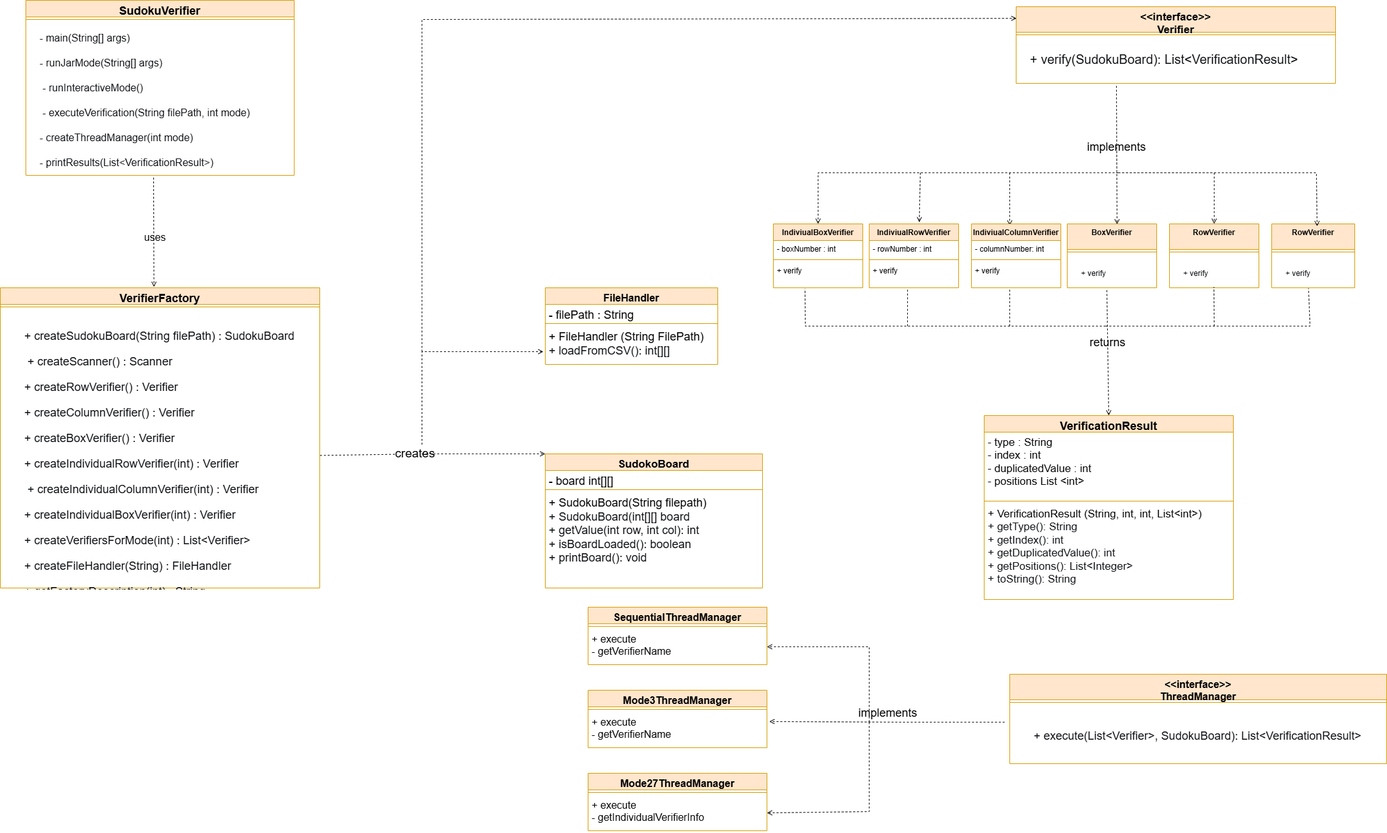
This is Diagrams/SudokuClassDiagram.drawio.png from hagermaged/Lab9_SudokuSolutionVerifier, a draw.io export, as it was before one commit. Source tidied: cells renumbered, new cells last; positions are measured from the earlier drawing's top-left corner, leaving out a move shared by most shapes.
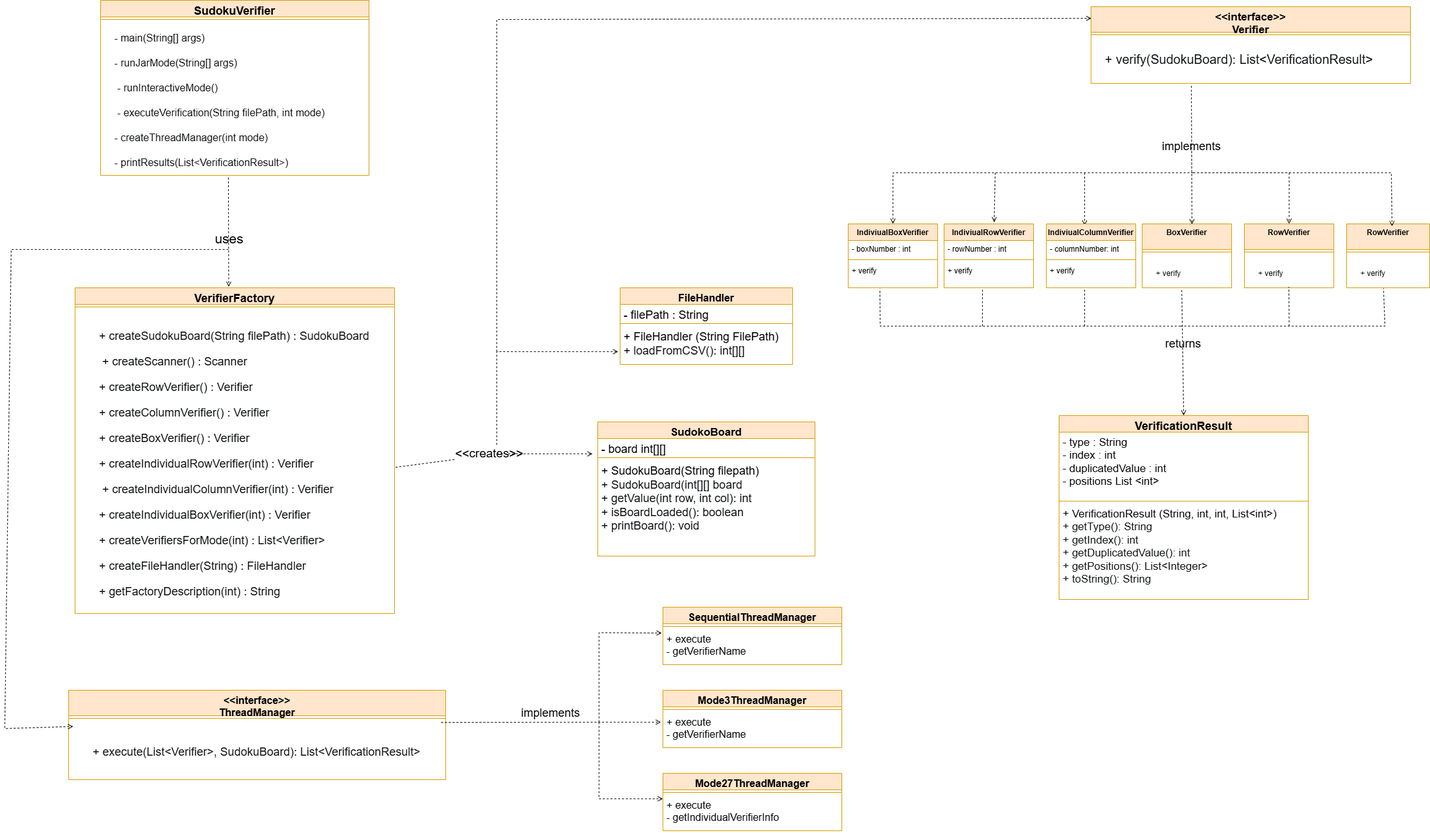
Above is the later version.

Commit message:
class diagram edited

What changed in the source:
```diff
@@ -12,16 +12,16 @@
       <mxGeometry y="34" width="420" height="240" as="geometry" />
     </mxCell>
     <mxCell id="5" value="&lt;font style=&quot;font-size: 18px;&quot;&gt;VerifierFactory&lt;/font&gt;" style="swimlane;fontStyle=1;align=center;verticalAlign=top;horizontal=1;startSize=26;whiteSpace=wrap;html=1;fillColor=#ffe6cc;strokeColor=#d79b00;" parent="1" vertex="1">
-      <mxGeometry y="450" width="500" height="470" as="geometry" />
+      <mxGeometry y="450" width="500" height="510" as="geometry" />
     </mxCell>
     <mxCell id="6" style="line;strokeWidth=1;fillColor=none;align=left;verticalAlign=middle;spacingTop=-1;spacingLeft=3;spacingRight=3;labelPosition=right;strokeColor=inherit;" parent="5" vertex="1">
       <mxGeometry y="26" width="500" height="8" as="geometry" />
     </mxCell>
     <mxCell id="7" value="&lt;div style=&quot;line-height: 50%;&quot;&gt;&lt;pre style=&quot;font-family: var(--ds-font-family-code); overflow: auto; text-wrap-mode: wrap; word-break: break-all; padding: 16px; color: rgb(15, 17, 21); margin-top: 0px !important; margin-bottom: 0px !important;&quot;&gt;&lt;pre style=&quot;font-family: var(--ds-font-family-code); overflow: auto; text-wrap-mode: wrap; word-break: break-all; padding: 16px; margin-top: 0px !important; margin-bottom: 0px !important;&quot;&gt;&lt;font style=&quot;font-size: 18px;&quot;&gt;+ createSudokuBoard(String filePath) : SudokuBoard&lt;/font&gt;&lt;/pre&gt;&lt;pre style=&quot;font-family: var(--ds-font-family-code); overflow: auto; text-wrap-mode: wrap; word-break: break-all; padding: 16px; margin-top: 0px !important; margin-bottom: 0px !important;&quot;&gt;&lt;font style=&quot;font-size: 18px;&quot;&gt; + createScanner() : Scanner&lt;/font&gt;&lt;/pre&gt;&lt;pre style=&quot;font-family: var(--ds-font-family-code); overflow: auto; text-wrap-mode: wrap; word-break: break-all; padding: 16px; margin-top: 0px !important; margin-bottom: 0px !important;&quot;&gt;&lt;font style=&quot;font-size: 18px;&quot;&gt;+ createRowVerifier() : Verifier&lt;/font&gt;&lt;/pre&gt;&lt;pre style=&quot;font-family: var(--ds-font-family-code); overflow: auto; text-wrap-mode: wrap; word-break: break-all; padding: 16px; margin-top: 0px !important; margin-bottom: 0px !important;&quot;&gt;&lt;font style=&quot;font-size: 18px;&quot;&gt;+ createColumnVerifier() : Verifier&lt;/font&gt;&lt;/pre&gt;&lt;pre style=&quot;font-family: var(--ds-font-family-code); overflow: auto; text-wrap-mode: wrap; word-break: break-all; padding: 16px; margin-top: 0px !important; margin-bottom: 0px !important;&quot;&gt;&lt;font style=&quot;font-size: 18px;&quot;&gt;+ createBoxVerifier() : Verifier&lt;/font&gt;&lt;/pre&gt;&lt;pre style=&quot;font-family: var(--ds-font-family-code); overflow: auto; text-wrap-mode: wrap; word-break: break-all; padding: 16px; margin-top: 0px !important; margin-bottom: 0px !important;&quot;&gt;&lt;font style=&quot;font-size: 18px;&quot;&gt;+ createIndividualRowVerifier(int) : Verifier&lt;/font&gt;&lt;/pre&gt;&lt;pre style=&quot;font-family: var(--ds-font-family-code); overflow: auto; text-wrap-mode: wrap; word-break: break-all; padding: 16px; margin-top: 0px !important; margin-bottom: 0px !important;&quot;&gt;&lt;font style=&quot;font-size: 18px;&quot;&gt; + createIndividualColumnVerifier(int) : Verifier&lt;/font&gt;&lt;/pre&gt;&lt;pre style=&quot;font-family: var(--ds-font-family-code); overflow: auto; text-wrap-mode: wrap; word-break: break-all; padding: 16px; margin-top: 0px !important; margin-bottom: 0px !important;&quot;&gt;&lt;font style=&quot;font-size: 18px;&quot;&gt;+ createIndividualBoxVerifier(int) : Verifier&lt;/font&gt;&lt;/pre&gt;&lt;pre style=&quot;font-family: var(--ds-font-family-code); overflow: auto; text-wrap-mode: wrap; word-break: break-all; padding: 16px; margin-top: 0px !important; margin-bottom: 0px !important;&quot;&gt;&lt;font style=&quot;font-size: 18px;&quot;&gt;+ createVerifiersForMode(int) : List&amp;lt;Verifier&amp;gt;&lt;/font&gt;&lt;/pre&gt;&lt;pre style=&quot;font-family: var(--ds-font-family-code); overflow: auto; text-wrap-mode: wrap; word-break: break-all; padding: 16px; margin-top: 0px !important; margin-bottom: 0px !important;&quot;&gt;&lt;font style=&quot;font-size: 18px;&quot;&gt;+ createFileHandler(String) : FileHandler&lt;/font&gt;&lt;/pre&gt;&lt;pre style=&quot;font-family: var(--ds-font-family-code); overflow: auto; text-wrap-mode: wrap; word-break: break-all; padding: 16px; margin-top: 0px !important; margin-bottom: 0px !important;&quot;&gt;&lt;font style=&quot;font-size: 18px;&quot;&gt;+ getFactoryDescription(int) : String&lt;/font&gt;&lt;/pre&gt;&lt;/pre&gt;&lt;/div&gt;" style="text;strokeColor=none;fillColor=none;align=left;verticalAlign=top;spacingLeft=4;spacingRight=4;overflow=hidden;points=[[0,0.5],[1,0.5]];portConstraint=eastwest;whiteSpace=wrap;html=1;" parent="5" vertex="1">
-      <mxGeometry y="34" width="500" height="436" as="geometry" />
+      <mxGeometry y="34" width="500" height="476" as="geometry" />
     </mxCell>
     <mxCell id="8" value="&lt;div&gt;&lt;font style=&quot;font-size: 17px;&quot;&gt;SudokoBoard&lt;/font&gt;&lt;/div&gt;" style="swimlane;fontStyle=1;align=center;verticalAlign=top;horizontal=1;startSize=26;whiteSpace=wrap;html=1;fillColor=#ffe6cc;strokeColor=#d79b00;" parent="1" vertex="1">
-      <mxGeometry x="853" y="710" width="340" height="210" as="geometry" />
+      <mxGeometry x="818" y="660" width="340" height="210" as="geometry" />
     </mxCell>
     <mxCell id="9" value="&lt;font style=&quot;font-size: 18px;&quot;&gt;- board int[][]&lt;/font&gt;" style="text;strokeColor=none;fillColor=none;align=left;verticalAlign=top;spacingLeft=4;spacingRight=4;overflow=hidden;whiteSpace=wrap;html=1;" parent="8" vertex="1">
       <mxGeometry y="26" width="340" height="26" as="geometry" />
@@ -56,7 +56,7 @@
     <mxCell id="19" style="endArrow=open;html=1;rounded=0;align=center;verticalAlign=bottom;dashed=1;endFill=0;labelBackgroundColor=none;exitX=0.476;exitY=1.015;exitDx=0;exitDy=0;exitPerimeter=0;entryX=0.481;entryY=-0.003;entryDx=0;entryDy=0;entryPerimeter=0;" parent="1" edge="1" source="4" target="5">
       <mxGeometry relative="1" as="geometry" />
     </mxCell>
-    <mxCell id="20" value="&lt;font style=&quot;font-size: 16px;&quot;&gt;uses&lt;/font&gt;" style="html=1;align=center;verticalAlign=top;labelBackgroundColor=none;" parent="19" vertex="1">
+    <mxCell id="20" value="&lt;font style=&quot;font-size: 21px;&quot;&gt;uses&lt;/font&gt;" style="html=1;align=center;verticalAlign=top;labelBackgroundColor=none;" parent="19" vertex="1">
       <mxGeometry relative="1" as="geometry">
         <mxPoint y="-9" as="offset" />
       </mxGeometry>
@@ -237,7 +237,7 @@
         <mxPoint x="1420" y="510" as="sourcePoint" />
       </mxGeometry>
     </mxCell>
-    <mxCell id="65" style="endArrow=open;html=1;rounded=0;align=center;verticalAlign=bottom;dashed=1;endFill=0;labelBackgroundColor=none;exitX=1.001;exitY=0.524;exitDx=0;exitDy=0;exitPerimeter=0;" parent="1" edge="1" source="7">
+    <mxCell id="65" style="endArrow=open;html=1;rounded=0;align=center;verticalAlign=bottom;dashed=1;endFill=0;labelBackgroundColor=none;exitX=1.003;exitY=0.519;exitDx=0;exitDy=0;exitPerimeter=0;" parent="1" edge="1" source="7">
       <mxGeometry relative="1" as="geometry">
         <mxPoint x="850" y="550" as="targetPoint" />
         <Array as="points">
@@ -249,12 +249,13 @@
     <mxCell id="66" style="html=1;align=center;verticalAlign=top;labelBackgroundColor=none;" parent="65" vertex="1">
       <mxGeometry relative="1" as="geometry" />
     </mxCell>
-    <mxCell id="67" value="&lt;font style=&quot;font-size: 19px;&quot;&gt;creates&lt;/font&gt;" style="edgeLabel;html=1;align=center;verticalAlign=middle;" parent="65" vertex="1">
+    <mxCell id="67" value="&lt;font style=&quot;font-size: 19px;&quot;&gt;&amp;lt;&amp;lt;creates&amp;gt;&amp;gt;&lt;/font&gt;" style="edgeLabel;html=1;align=center;verticalAlign=middle;" parent="65" vertex="1">
       <mxGeometry x="-0.42" y="2" relative="1" as="geometry" />
     </mxCell>
-    <mxCell id="68" style="endArrow=open;html=1;rounded=0;align=center;verticalAlign=bottom;dashed=1;endFill=0;labelBackgroundColor=none;entryX=0;entryY=0;entryDx=0;entryDy=0;" parent="1" edge="1" target="8">
+    <mxCell id="68" style="endArrow=open;html=1;rounded=0;align=center;verticalAlign=bottom;dashed=1;endFill=0;labelBackgroundColor=none;" parent="1" edge="1">
       <mxGeometry relative="1" as="geometry">
         <mxPoint x="660" y="710" as="sourcePoint" />
+        <mxPoint x="810" y="710" as="targetPoint" />
       </mxGeometry>
     </mxCell>
     <mxCell id="69" style="html=1;align=center;verticalAlign=top;labelBackgroundColor=none;" parent="68" vertex="1">
@@ -272,7 +273,7 @@
       <mxGeometry relative="1" as="geometry" />
     </mxCell>
     <mxCell id="72" value="&lt;div&gt;&lt;font style=&quot;font-size: 16px;&quot;&gt;&amp;lt;&amp;lt;interface&amp;gt;&amp;gt;&lt;/font&gt;&lt;/div&gt;&lt;div&gt;&lt;font style=&quot;font-size: 16px;&quot;&gt;ThreadManager&lt;/font&gt;&lt;/div&gt;" style="swimlane;fontStyle=1;align=center;verticalAlign=top;horizontal=1;startSize=40;whiteSpace=wrap;html=1;fillColor=#ffe6cc;strokeColor=#d79b00;" parent="1" vertex="1">
-      <mxGeometry x="1580" y="1055" width="590" height="140" as="geometry" />
+      <mxGeometry x="-10" y="1080" width="590" height="140" as="geometry" />
     </mxCell>
     <mxCell id="73" style="line;strokeWidth=1;fillColor=none;align=left;verticalAlign=middle;spacingTop=-1;spacingLeft=3;spacingRight=3;labelPosition=right;strokeColor=inherit;" parent="72" vertex="1">
       <mxGeometry y="40" width="590" height="8" as="geometry" />
@@ -280,17 +281,6 @@
     <mxCell id="74" value="&lt;pre style=&quot;font-family: var(--ds-font-family-code); overflow: auto; text-wrap-mode: wrap; word-break: break-all; padding: 16px; color: rgb(15, 17, 21); margin-top: 0px !important; margin-bottom: 0px !important;&quot;&gt;&lt;pre style=&quot;font-family: var(--ds-font-family-code); overflow: auto; text-wrap-mode: wrap; word-break: break-all; padding: 16px; margin-top: 0px !important; margin-bottom: 0px !important;&quot;&gt;&lt;font style=&quot;font-size: 18px;&quot;&gt;+ execute(List&amp;lt;Verifier&amp;gt;, SudokuBoard): List&amp;lt;VerificationResult&amp;gt;&lt;/font&gt;&lt;/pre&gt;&lt;/pre&gt;" style="text;strokeColor=none;fillColor=none;align=left;verticalAlign=top;spacingLeft=4;spacingRight=4;overflow=hidden;points=[[0,0.5],[1,0.5]];portConstraint=eastwest;whiteSpace=wrap;html=1;" parent="72" vertex="1">
       <mxGeometry y="48" width="590" height="92" as="geometry" />
     </mxCell>
-    <mxCell id="75" value="&lt;font style=&quot;font-size: 18px;&quot;&gt;&lt;br&gt;&lt;/font&gt;&lt;div&gt;&lt;font style=&quot;font-size: 18px;&quot;&gt;implements&lt;/font&gt;&lt;/div&gt;" style="endArrow=open;html=1;rounded=0;align=center;verticalAlign=bottom;dashed=1;endFill=0;labelBackgroundColor=none;entryX=1.013;entryY=0.268;entryDx=0;entryDy=0;entryPerimeter=0;" parent="1" edge="1" target="82">
-      <mxGeometry relative="1" as="geometry">
-        <mxPoint x="1572" y="1130" as="sourcePoint" />
-        <Array as="points">
-          <mxPoint x="1410" y="1130" />
-        </Array>
-      </mxGeometry>
-    </mxCell>
-    <mxCell id="76" style="html=1;align=center;verticalAlign=top;labelBackgroundColor=none;" parent="75" vertex="1">
-      <mxGeometry relative="1" as="geometry" />
-    </mxCell>
     <mxCell id="77" value="&lt;font style=&quot;font-size: 16px;&quot;&gt;SequentialThreadManager&lt;/font&gt;" style="swimlane;fontStyle=1;align=center;verticalAlign=top;horizontal=1;startSize=26;whiteSpace=wrap;html=1;fillColor=#ffe6cc;strokeColor=#d79b00;" parent="1" vertex="1">
       <mxGeometry x="920" y="950" width="280" height="90" as="geometry" />
     </mxCell>
@@ -318,27 +308,50 @@
     <mxCell id="85" value="&lt;font style=&quot;font-size: 16px;&quot;&gt;+ &lt;font style=&quot;&quot;&gt;execute&lt;/font&gt;&lt;/font&gt;&lt;div&gt;&lt;font style=&quot;font-size: 16px;&quot;&gt;-&amp;nbsp;&lt;font style=&quot;&quot;&gt;getIndividualVerifierInfo&lt;/font&gt;&lt;/font&gt;&lt;/div&gt;" style="text;strokeColor=none;fillColor=none;align=left;verticalAlign=top;spacingLeft=4;spacingRight=4;overflow=hidden;points=[[0,0.5],[1,0.5]];portConstraint=eastwest;whiteSpace=wrap;html=1;" parent="83" vertex="1">
       <mxGeometry y="34" width="280" height="56" as="geometry" />
     </mxCell>
-    <mxCell id="86" style="endArrow=open;html=1;rounded=0;align=center;verticalAlign=bottom;dashed=1;endFill=0;labelBackgroundColor=none;entryX=1;entryY=0.5;entryDx=0;entryDy=0;" parent="1" edge="1" target="79">
-      <mxGeometry relative="1" as="geometry">
-        <mxPoint x="1360" y="1130" as="sourcePoint" />
-        <Array as="points">
-          <mxPoint x="1360" y="1012" />
-        </Array>
-      </mxGeometry>
-    </mxCell>
-    <mxCell id="87" style="html=1;align=center;verticalAlign=top;labelBackgroundColor=none;" parent="86" vertex="1">
-      <mxGeometry relative="1" as="geometry" />
-    </mxCell>
-    <mxCell id="88" style="endArrow=open;html=1;rounded=0;align=center;verticalAlign=bottom;dashed=1;endFill=0;labelBackgroundColor=none;entryX=1;entryY=0.5;entryDx=0;entryDy=0;" parent="1" edge="1" target="85">
-      <mxGeometry relative="1" as="geometry">
-        <mxPoint x="1360" y="1130" as="sourcePoint" />
-        <Array as="points">
-          <mxPoint x="1360" y="1270" />
-        </Array>
-      </mxGeometry>
-    </mxCell>
-    <mxCell id="89" style="html=1;align=center;verticalAlign=top;labelBackgroundColor=none;" parent="88" vertex="1">
-      <mxGeometry relative="1" as="geometry" />
-    </mxCell>
+    <mxCell id="75" value="&lt;font style=&quot;font-size: 18px;&quot;&gt;&lt;br&gt;&lt;/font&gt;&lt;div&gt;&lt;font style=&quot;font-size: 18px;&quot;&gt;implements&lt;/font&gt;&lt;/div&gt;" style="endArrow=open;html=1;rounded=0;align=center;verticalAlign=bottom;dashed=1;endFill=0;labelBackgroundColor=none;exitX=0.988;exitY=0.027;exitDx=0;exitDy=0;exitPerimeter=0;" parent="1" edge="1" source="74">
+      <mxGeometry relative="1" as="geometry">
+        <mxPoint x="917" y="1130" as="targetPoint" />
+        <Array as="points">
+          <mxPoint x="830" y="1130" />
+        </Array>
+      </mxGeometry>
+    </mxCell>
+    <mxCell id="90" style="html=1;align=center;verticalAlign=top;labelBackgroundColor=none;" parent="75" vertex="1">
+      <mxGeometry relative="1" as="geometry" />
+    </mxCell>
+    <mxCell id="91" style="endArrow=open;html=1;rounded=0;align=center;verticalAlign=bottom;dashed=1;endFill=0;labelBackgroundColor=none;entryX=-0.007;entryY=0.116;entryDx=0;entryDy=0;entryPerimeter=0;" parent="1" edge="1" target="79">
+      <mxGeometry relative="1" as="geometry">
+        <mxPoint x="820" y="1130" as="sourcePoint" />
+        <Array as="points">
+          <mxPoint x="820" y="990" />
+        </Array>
+      </mxGeometry>
+    </mxCell>
+    <mxCell id="92" style="html=1;align=center;verticalAlign=top;labelBackgroundColor=none;" parent="91" vertex="1">
+      <mxGeometry relative="1" as="geometry" />
+    </mxCell>
+    <mxCell id="93" style="endArrow=open;html=1;rounded=0;align=center;verticalAlign=bottom;dashed=1;endFill=0;labelBackgroundColor=none;entryX=0;entryY=0.107;entryDx=0;entryDy=0;entryPerimeter=0;" parent="1" edge="1" target="85">
+      <mxGeometry relative="1" as="geometry">
+        <mxPoint x="820" y="1130" as="sourcePoint" />
+        <Array as="points">
+          <mxPoint x="820" y="1250" />
+        </Array>
+      </mxGeometry>
+    </mxCell>
+    <mxCell id="94" style="html=1;align=center;verticalAlign=top;labelBackgroundColor=none;" parent="93" vertex="1">
+      <mxGeometry relative="1" as="geometry" />
+    </mxCell>
+    <mxCell id="95" style="endArrow=open;html=1;rounded=0;align=center;verticalAlign=bottom;dashed=1;endFill=0;labelBackgroundColor=none;entryX=0.012;entryY=0.095;entryDx=0;entryDy=0;entryPerimeter=0;" parent="1" edge="1" target="74">
+      <mxGeometry relative="1" as="geometry">
+        <mxPoint x="240" y="390" as="sourcePoint" />
+        <Array as="points">
+          <mxPoint x="-100" y="390" />
+          <mxPoint x="-110" y="1140" />
+        </Array>
+      </mxGeometry>
+    </mxCell>
+    <mxCell id="96" style="html=1;align=center;verticalAlign=top;labelBackgroundColor=none;" parent="95" vertex="1">
+      <mxGeometry relative="1" as="geometry" />
+    </mxCell>
   </root>
 </mxGraphModel>
```
